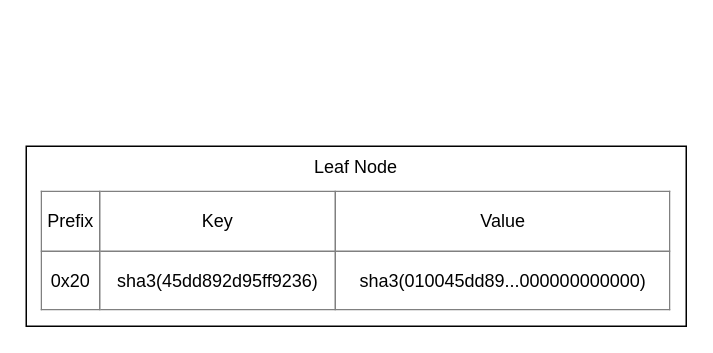
This is draw.io/patricia_tree.drawio from planethouki/images, a draw.io file, before an edit. Source tidied: cells renumbered, new cells numbered last; positions are measured from the earlier drawing's top-left corner, leaving out a move shared by most shapes. Both pictures are drawn from the tidied source at 150%, with x=0, y=0 at pixel (26, 146).
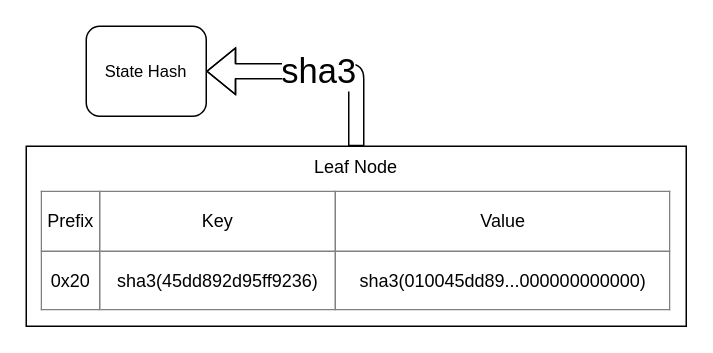
Above is the later version.

The edit, as a diff of the source:
```diff
@@
 <mxGraphModel>
   <root>
     <mxCell id="0" />
     <mxCell id="1" parent="0" />
     <mxCell id="2" value="Leaf Node" style="rounded=0;whiteSpace=wrap;html=1;verticalAlign=top;" parent="1" vertex="1">
       <mxGeometry width="440" height="120" as="geometry" />
     </mxCell>
     <mxCell id="3" value="&lt;table border=&quot;1&quot; width=&quot;100%&quot; style=&quot;width: 100% ; height: 100% ; border-collapse: collapse&quot;&gt;&lt;tbody&gt;&lt;tr&gt;&lt;td align=&quot;center&quot;&gt;Prefix&lt;/td&gt;&lt;td align=&quot;center&quot;&gt;Key&lt;/td&gt;&lt;td align=&quot;center&quot;&gt;Value&lt;/td&gt;&lt;/tr&gt;&lt;tr&gt;&lt;td align=&quot;center&quot;&gt;0x20&lt;/td&gt;&lt;td align=&quot;center&quot;&gt;sha3(45dd892d95ff9236)&lt;/td&gt;&lt;td align=&quot;center&quot;&gt;sha3(010045dd89...000000000000)&lt;/td&gt;&lt;/tr&gt;&lt;/tbody&gt;&lt;/table&gt;" style="text;html=1;strokeColor=none;fillColor=none;overflow=fill;" parent="1" vertex="1">
       <mxGeometry x="10" y="30" width="420" height="80" as="geometry" />
     </mxCell>
+    <mxCell id="4" value="sha3" style="shape=flexArrow;endArrow=classic;html=1;exitX=0.5;exitY=0;exitDx=0;exitDy=0;fontSize=23;entryX=1;entryY=0.5;entryDx=0;entryDy=0;" parent="1" edge="1" source="2" target="5">
+      <mxGeometry relative="1" as="geometry">
+        <Array as="points">
+          <mxPoint x="220" y="-50" />
+        </Array>
+      </mxGeometry>
+    </mxCell>
+    <mxCell id="5" value="&lt;font style=&quot;font-size: 11px;&quot;&gt;State Hash&lt;/font&gt;" style="rounded=1;whiteSpace=wrap;html=1;fontSize=11;" parent="1" vertex="1">
+      <mxGeometry x="40" y="-80" width="80" height="60" as="geometry" />
+    </mxCell>
   </root>
 </mxGraphModel>
```
